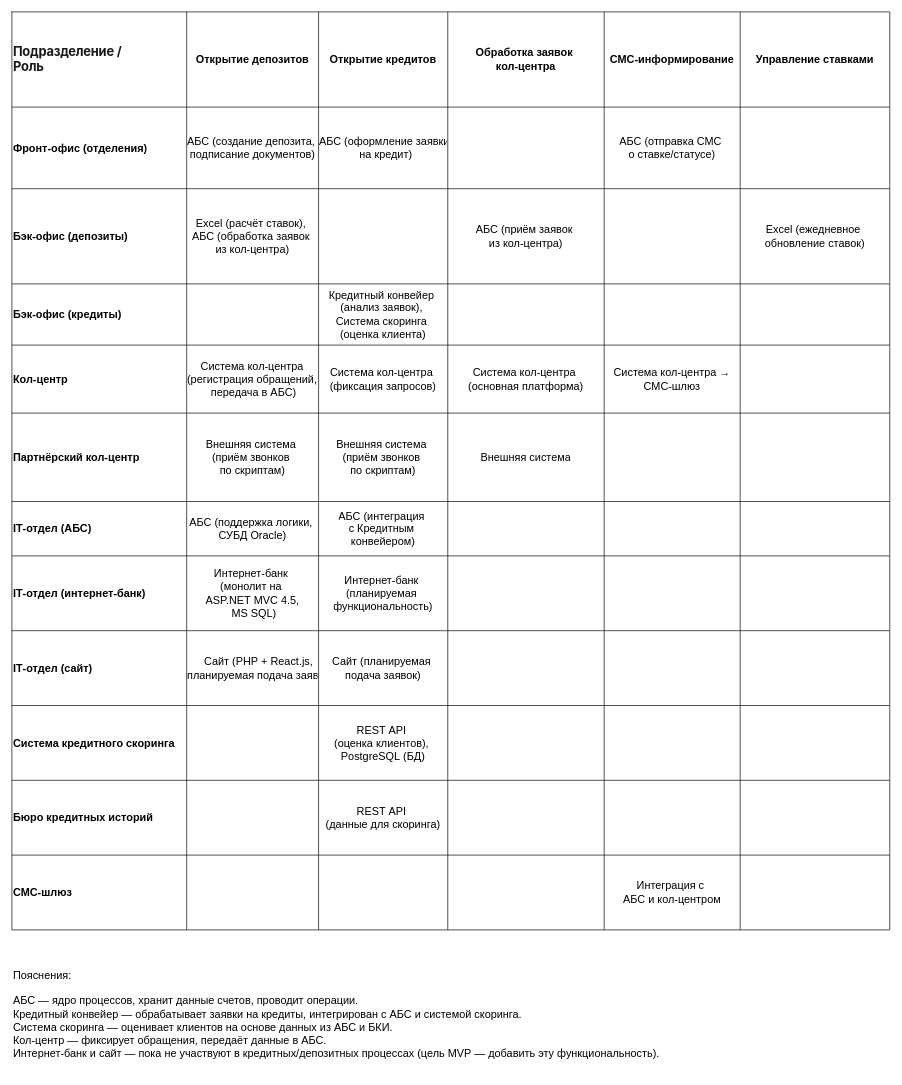
bugaevamg-mgkoroly/architecture-pro-standart keeps this draw.io diagram as Task 1/Карта текущего IT‑ландшафта.drawio. Above is the earlier version. Source tidied: cells renumbered, new cells numbered last; positions are measured from the earlier drawing's top-left corner, leaving out a move shared by most shapes. Both pictures are drawn from the tidied source at 68%, with x=0, y=0 at pixel (12, 12).
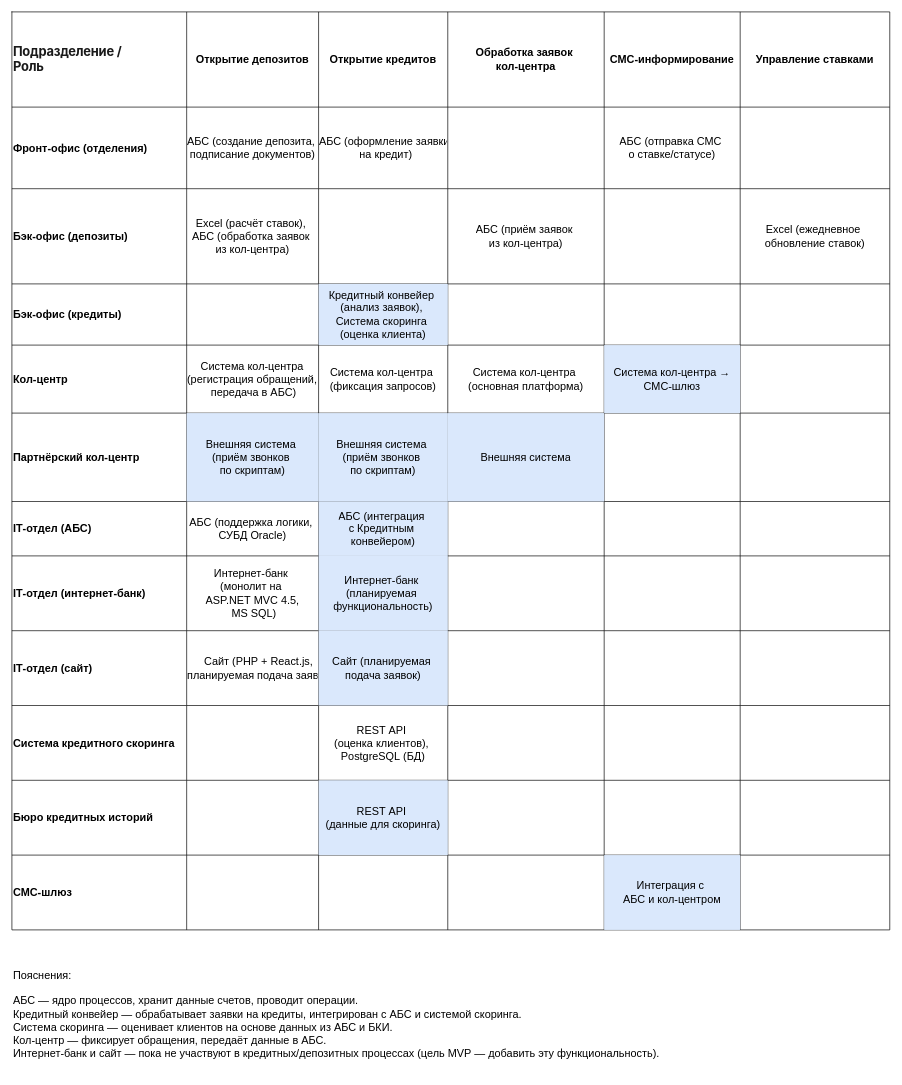
The same page after the edit.

The change refers to these unchanged cells:
```xml
<mxCell id="24" style="shape=tableRow;horizontal=0;startSize=0;swimlaneHead=0;swimlaneBody=0;strokeColor=inherit;top=0;left=0;bottom=0;right=0;fillColor=none;fontSize=16;" parent="2" vertex="1">
  <mxGeometry y="400" width="1291" height="90" as="geometry" />
</mxCell>
<mxCell id="31" style="shape=tableRow;horizontal=0;startSize=0;swimlaneHead=0;swimlaneBody=0;strokeColor=inherit;top=0;left=0;bottom=0;right=0;fillColor=none;fontSize=16;" parent="2" vertex="1">
  <mxGeometry y="490" width="1291" height="100" as="geometry" />
</mxCell>
<mxCell id="38" style="shape=tableRow;horizontal=0;startSize=0;swimlaneHead=0;swimlaneBody=0;strokeColor=inherit;top=0;left=0;bottom=0;right=0;fillColor=none;fontSize=16;" parent="2" vertex="1">
  <mxGeometry y="590" width="1291" height="130" as="geometry" />
</mxCell>
<mxCell id="45" style="shape=tableRow;horizontal=0;startSize=0;swimlaneHead=0;swimlaneBody=0;strokeColor=inherit;top=0;left=0;bottom=0;right=0;fillColor=none;fontSize=16;" parent="2" vertex="1">
  <mxGeometry y="720" width="1291" height="80" as="geometry" />
</mxCell>
<mxCell id="52" style="shape=tableRow;horizontal=0;startSize=0;swimlaneHead=0;swimlaneBody=0;strokeColor=inherit;top=0;left=0;bottom=0;right=0;fillColor=none;fontSize=16;" parent="2" vertex="1">
  <mxGeometry y="800" width="1291" height="110" as="geometry" />
</mxCell>
<mxCell id="59" style="shape=tableRow;horizontal=0;startSize=0;swimlaneHead=0;swimlaneBody=0;strokeColor=inherit;top=0;left=0;bottom=0;right=0;fillColor=none;fontSize=16;" parent="2" vertex="1">
  <mxGeometry y="910" width="1291" height="110" as="geometry" />
</mxCell>
<mxCell id="73" style="shape=tableRow;horizontal=0;startSize=0;swimlaneHead=0;swimlaneBody=0;strokeColor=inherit;top=0;left=0;bottom=0;right=0;fillColor=none;fontSize=16;" parent="2" vertex="1">
  <mxGeometry y="1130" width="1291" height="110" as="geometry" />
</mxCell>
<mxCell id="80" style="shape=tableRow;horizontal=0;startSize=0;swimlaneHead=0;swimlaneBody=0;strokeColor=inherit;top=0;left=0;bottom=0;right=0;fillColor=none;fontSize=16;" parent="2" vertex="1">
  <mxGeometry y="1240" width="1291" height="110" as="geometry" />
</mxCell>
```

Diff of the diagram source:
```diff
@@
-    <mxCell id="27" value="Кредитный конвейер &#10;(анализ заявок), &#10;Система скоринга &#10;(оценка клиента)" style="shape=partialRectangle;whiteSpace=wrap;strokeColor=inherit;overflow=hidden;fillColor=none;top=0;left=0;bottom=0;right=0;fontSize=16;" parent="24" vertex="1">
+    <mxCell id="27" value="Кредитный конвейер &#10;(анализ заявок), &#10;Система скоринга &#10;(оценка клиента)" style="shape=partialRectangle;whiteSpace=wrap;strokeColor=#6c8ebf;overflow=hidden;fillColor=#dae8fc;top=0;left=0;bottom=0;right=0;fontSize=16;" parent="24" vertex="1">
       <mxGeometry x="451" width="190" height="90" as="geometry" />
     </mxCell>
@@
-    <mxCell id="36" value="Система кол‑центра → СМС‑шлюз" style="shape=partialRectangle;whiteSpace=wrap;strokeColor=inherit;overflow=hidden;fillColor=none;top=0;left=0;bottom=0;right=0;fontSize=16;" parent="31" vertex="1">
+    <mxCell id="36" value="Система кол‑центра → СМС‑шлюз" style="shape=partialRectangle;whiteSpace=wrap;strokeColor=#6c8ebf;overflow=hidden;fillColor=#dae8fc;top=0;left=0;bottom=0;right=0;fontSize=16;" parent="31" vertex="1">
       <mxGeometry x="871" width="200" height="100" as="geometry" />
     </mxCell>
@@
-    <mxCell id="40" value="Внешняя система &#10;(приём звонков &#10;по скриптам)" style="shape=partialRectangle;whiteSpace=wrap;strokeColor=inherit;overflow=hidden;fillColor=none;top=0;left=0;bottom=0;right=0;fontSize=16;" parent="38" vertex="1">
+    <mxCell id="40" value="Внешняя система &#10;(приём звонков &#10;по скриптам)" style="shape=partialRectangle;whiteSpace=wrap;strokeColor=#6c8ebf;overflow=hidden;fillColor=#dae8fc;top=0;left=0;bottom=0;right=0;fontSize=16;" parent="38" vertex="1">
       <mxGeometry x="257" width="194" height="130" as="geometry" />
     </mxCell>
-    <mxCell id="41" value="Внешняя система &#10;(приём звонков &#10;по скриптам)" style="shape=partialRectangle;whiteSpace=wrap;strokeColor=inherit;overflow=hidden;fillColor=none;top=0;left=0;bottom=0;right=0;fontSize=16;" parent="38" vertex="1">
+    <mxCell id="41" value="Внешняя система &#10;(приём звонков &#10;по скриптам)" style="shape=partialRectangle;whiteSpace=wrap;strokeColor=#6c8ebf;overflow=hidden;fillColor=#dae8fc;top=0;left=0;bottom=0;right=0;fontSize=16;" parent="38" vertex="1">
       <mxGeometry x="451" width="190" height="130" as="geometry" />
     </mxCell>
-    <mxCell id="42" value="Внешняя система" style="shape=partialRectangle;whiteSpace=wrap;strokeColor=inherit;overflow=hidden;fillColor=none;top=0;left=0;bottom=0;right=0;fontSize=16;" parent="38" vertex="1">
+    <mxCell id="42" value="Внешняя система" style="shape=partialRectangle;whiteSpace=wrap;strokeColor=#6c8ebf;overflow=hidden;fillColor=#dae8fc;top=0;left=0;bottom=0;right=0;fontSize=16;" parent="38" vertex="1">
       <mxGeometry x="641" width="230" height="130" as="geometry" />
     </mxCell>
@@
-    <mxCell id="48" value="АБС (интеграция &#10;с Кредитным &#10;конвейером)" style="shape=partialRectangle;whiteSpace=wrap;strokeColor=inherit;overflow=hidden;fillColor=none;top=0;left=0;bottom=0;right=0;fontSize=16;" parent="45" vertex="1">
+    <mxCell id="48" value="АБС (интеграция &#10;с Кредитным &#10;конвейером)" style="shape=partialRectangle;whiteSpace=wrap;strokeColor=#6c8ebf;overflow=hidden;fillColor=#dae8fc;top=0;left=0;bottom=0;right=0;fontSize=16;" parent="45" vertex="1">
       <mxGeometry x="451" width="190" height="80" as="geometry" />
     </mxCell>
@@
-    <mxCell id="55" value="Интернет‑банк &#10;(планируемая &#10;функциональность)" style="shape=partialRectangle;whiteSpace=wrap;strokeColor=inherit;overflow=hidden;fillColor=none;top=0;left=0;bottom=0;right=0;fontSize=16;align=center;" parent="52" vertex="1">
+    <mxCell id="55" value="Интернет‑банк &#10;(планируемая &#10;функциональность)" style="shape=partialRectangle;whiteSpace=wrap;strokeColor=#6c8ebf;overflow=hidden;fillColor=#dae8fc;top=0;left=0;bottom=0;right=0;fontSize=16;align=center;" parent="52" vertex="1">
       <mxGeometry x="451" width="190" height="110" as="geometry" />
     </mxCell>
@@
-    <mxCell id="62" value="Сайт (планируемая &#10;подача заявок)" style="shape=partialRectangle;whiteSpace=wrap;strokeColor=inherit;overflow=hidden;fillColor=none;top=0;left=0;bottom=0;right=0;fontSize=16;" parent="59" vertex="1">
+    <mxCell id="62" value="Сайт (планируемая &#10;подача заявок)" style="shape=partialRectangle;whiteSpace=wrap;strokeColor=#6c8ebf;overflow=hidden;fillColor=#dae8fc;top=0;left=0;bottom=0;right=0;fontSize=16;" parent="59" vertex="1">
       <mxGeometry x="451" width="190" height="110" as="geometry" />
     </mxCell>
@@
-    <mxCell id="76" value="REST API &#10;(данные для скоринга)" style="shape=partialRectangle;whiteSpace=wrap;strokeColor=inherit;overflow=hidden;fillColor=none;top=0;left=0;bottom=0;right=0;fontSize=16;" parent="73" vertex="1">
+    <mxCell id="76" value="REST API &#10;(данные для скоринга)" style="shape=partialRectangle;whiteSpace=wrap;strokeColor=#6c8ebf;overflow=hidden;fillColor=#dae8fc;top=0;left=0;bottom=0;right=0;fontSize=16;" parent="73" vertex="1">
       <mxGeometry x="451" width="190" height="110" as="geometry" />
     </mxCell>
@@
-    <mxCell id="85" value="Интеграция с &#10;АБС и кол‑центром" style="shape=partialRectangle;whiteSpace=wrap;strokeColor=inherit;overflow=hidden;fillColor=none;top=0;left=0;bottom=0;right=0;fontSize=16;" parent="80" vertex="1">
+    <mxCell id="85" value="Интеграция с &#10;АБС и кол‑центром" style="shape=partialRectangle;whiteSpace=wrap;strokeColor=#6c8ebf;overflow=hidden;fillColor=#dae8fc;top=0;left=0;bottom=0;right=0;fontSize=16;" parent="80" vertex="1">
       <mxGeometry x="871" width="200" height="110" as="geometry" />
     </mxCell>
```
